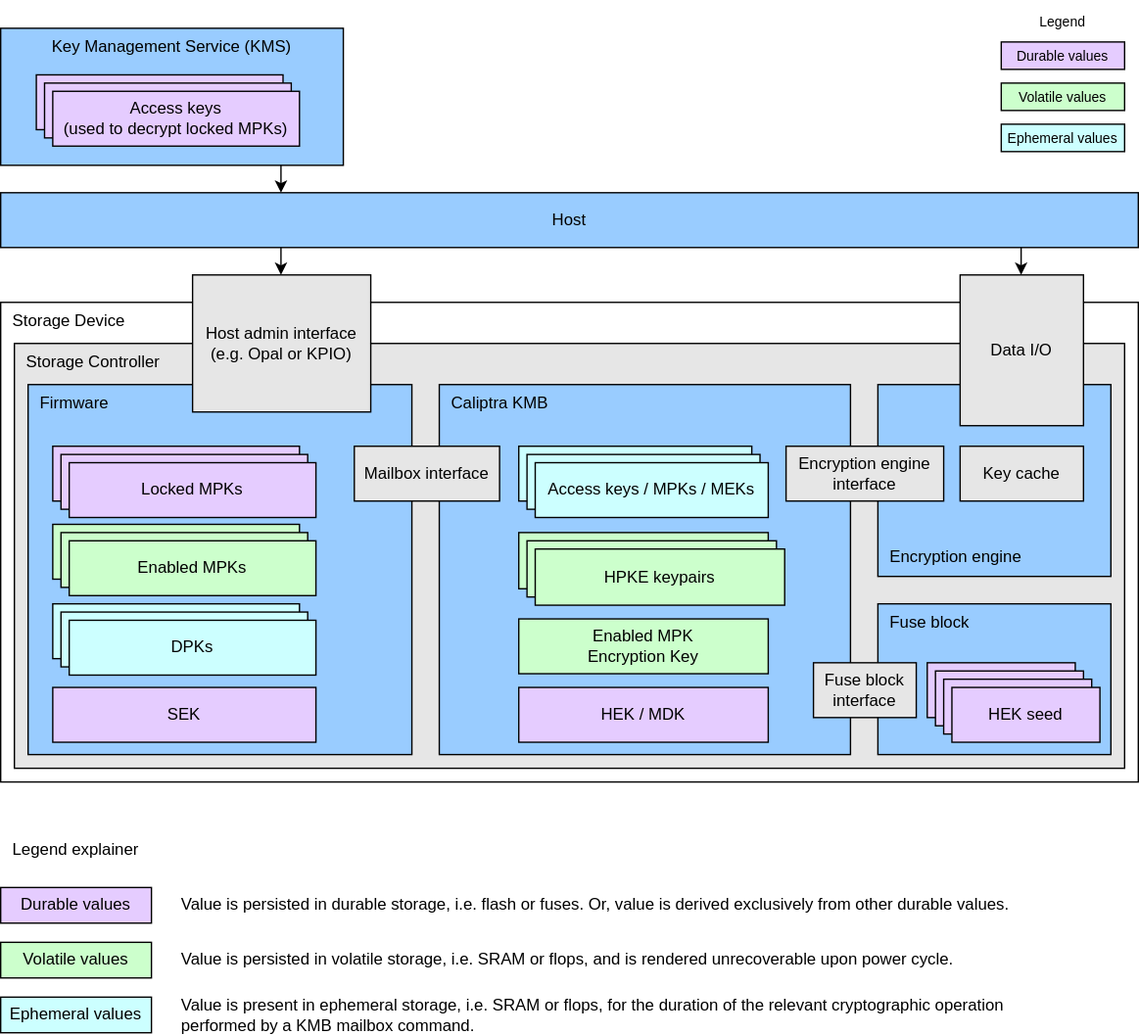
Before: doc/ocp_lock/diagrams/architecture_diagram.drawio.svg, a diagram exported from draw.io (chipsalliance/Caliptra). Source tidied: cells renumbered, new cells last; positions are measured from the earlier drawing's top-left corner, leaving out a move shared by most shapes.
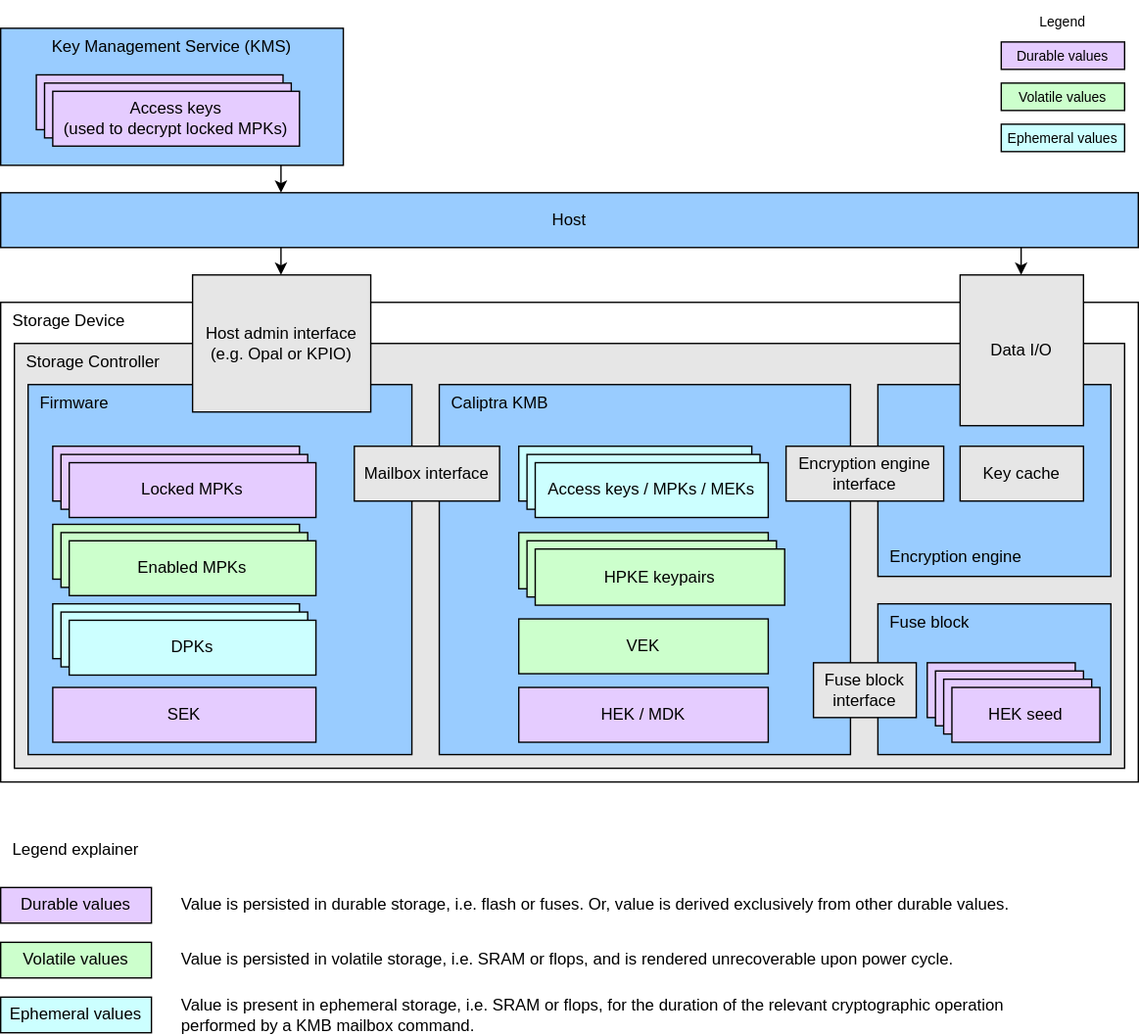
After the change.

Commit message:
Rename "Enabled MPK Encryption Secret" to "Volatile Escrow Key". (#483)

Diff of the diagram source:
```diff
@@ -59,7 +59,7 @@
     <mxCell id="20" value="Enabled MPKs" style="rounded=0;whiteSpace=wrap;html=1;align=center;verticalAlign=middle;shadow=0;glass=0;spacingLeft=0;spacingBottom=0;spacingTop=0;fillColor=#CCFFCC;" parent="1" vertex="1">
       <mxGeometry x="50" y="394" width="180" height="40" as="geometry" />
     </mxCell>
-    <mxCell id="21" value="Enabled MPK&lt;div&gt;Encryption Key&lt;/div&gt;" style="rounded=0;whiteSpace=wrap;html=1;align=center;verticalAlign=middle;shadow=0;glass=0;spacingLeft=0;spacingBottom=0;spacingTop=0;fillColor=#CCFFCC;" parent="1" vertex="1">
+    <mxCell id="21" value="VEK" style="rounded=0;whiteSpace=wrap;html=1;align=center;verticalAlign=middle;shadow=0;glass=0;spacingLeft=0;spacingBottom=0;spacingTop=0;fillColor=#CCFFCC;" parent="1" vertex="1">
       <mxGeometry x="378" y="451" width="182" height="40" as="geometry" />
     </mxCell>
     <mxCell id="22" style="endArrow=classic;html=1;" parent="1" edge="1">
```
